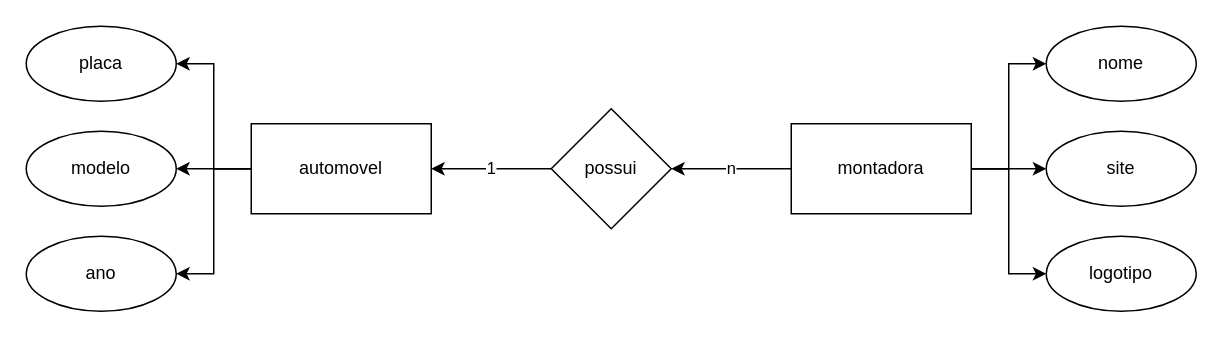
This is banco de dados/locadora.drawio from gabrielschmidtnogueira/diagramas, a draw.io file, before an edit. Source tidied: cells renumbered, new cells numbered last; positions are measured from the earlier drawing's top-left corner, leaving out a move shared by most shapes. Both pictures are drawn from the tidied source at 150%, with x=0, y=0 at pixel (26, 26).
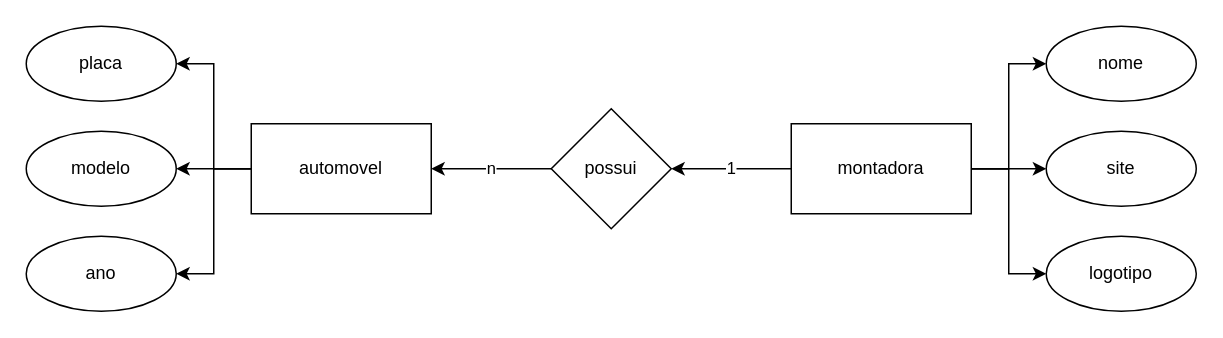
The same diagram, later.

Change to the diagram source:
```diff
@@
 <mxGraphModel>
   <root>
     <mxCell id="0" />
     <mxCell id="1" parent="0" />
     <mxCell id="2" style="edgeStyle=orthogonalEdgeStyle;rounded=0;jettySize=auto;html=1;entryX=1;entryY=0.5;entryDx=0;entryDy=0;" parent="1" edge="1" source="5" target="6">
       <mxGeometry relative="1" as="geometry" />
     </mxCell>
     <mxCell id="3" style="edgeStyle=orthogonalEdgeStyle;rounded=0;jettySize=auto;html=1;entryX=1;entryY=0.5;entryDx=0;entryDy=0;" parent="1" edge="1" source="5" target="7">
       <mxGeometry relative="1" as="geometry" />
     </mxCell>
     <mxCell id="4" style="edgeStyle=orthogonalEdgeStyle;rounded=0;jettySize=auto;html=1;entryX=1;entryY=0.5;entryDx=0;entryDy=0;" parent="1" edge="1" source="5" target="8">
       <mxGeometry relative="1" as="geometry" />
     </mxCell>
     <mxCell id="5" value="automovel" style="rounded=0;whiteSpace=wrap;html=1;" parent="1" vertex="1">
       <mxGeometry x="150" y="65" width="120" height="60" as="geometry" />
     </mxCell>
     <mxCell id="6" value="placa" style="ellipse;whiteSpace=wrap;html=1;" parent="1" vertex="1">
       <mxGeometry width="100" height="50" as="geometry" />
     </mxCell>
     <mxCell id="7" value="modelo" style="ellipse;whiteSpace=wrap;html=1;" parent="1" vertex="1">
       <mxGeometry y="70" width="100" height="50" as="geometry" />
     </mxCell>
     <mxCell id="8" value="ano" style="ellipse;whiteSpace=wrap;html=1;" parent="1" vertex="1">
       <mxGeometry y="140" width="100" height="50" as="geometry" />
     </mxCell>
-    <mxCell id="9" value="1" style="edgeStyle=orthogonalEdgeStyle;rounded=0;jettySize=auto;html=1;" parent="1" edge="1" source="10" target="5">
+    <mxCell id="9" value="n" style="edgeStyle=orthogonalEdgeStyle;rounded=0;jettySize=auto;html=1;entryX=1;entryY=0.5;entryDx=0;entryDy=0;" parent="1" edge="1" source="10" target="5">
       <mxGeometry relative="1" as="geometry" />
     </mxCell>
     <mxCell id="10" value="possui" style="rhombus;whiteSpace=wrap;html=1;" parent="1" vertex="1">
       <mxGeometry x="350" y="55" width="80" height="80" as="geometry" />
     </mxCell>
     <mxCell id="11" style="edgeStyle=orthogonalEdgeStyle;rounded=0;jettySize=auto;html=1;entryX=0;entryY=0.5;entryDx=0;entryDy=0;" parent="1" edge="1" source="15" target="16">
       <mxGeometry relative="1" as="geometry" />
     </mxCell>
     <mxCell id="12" style="edgeStyle=orthogonalEdgeStyle;rounded=0;jettySize=auto;html=1;entryX=0;entryY=0.5;entryDx=0;entryDy=0;" parent="1" edge="1" source="15" target="17">
       <mxGeometry relative="1" as="geometry" />
     </mxCell>
     <mxCell id="13" style="edgeStyle=orthogonalEdgeStyle;rounded=0;jettySize=auto;html=1;entryX=0;entryY=0.5;entryDx=0;entryDy=0;" parent="1" edge="1" source="15" target="18">
       <mxGeometry relative="1" as="geometry" />
     </mxCell>
-    <mxCell id="14" value="n" style="edgeStyle=orthogonalEdgeStyle;rounded=0;jettySize=auto;html=1;entryX=1;entryY=0.5;entryDx=0;entryDy=0;" parent="1" edge="1" source="15" target="10">
+    <mxCell id="14" value="1" style="edgeStyle=orthogonalEdgeStyle;rounded=0;jettySize=auto;html=1;entryX=1;entryY=0.5;entryDx=0;entryDy=0;" parent="1" edge="1" source="15" target="10">
       <mxGeometry relative="1" as="geometry" />
     </mxCell>
     <mxCell id="15" value="montadora" style="rounded=0;whiteSpace=wrap;html=1;" parent="1" vertex="1">
       <mxGeometry x="510" y="65" width="120" height="60" as="geometry" />
     </mxCell>
     <mxCell id="16" value="nome" style="ellipse;whiteSpace=wrap;html=1;" parent="1" vertex="1">
       <mxGeometry x="680" width="100" height="50" as="geometry" />
     </mxCell>
     <mxCell id="17" value="site" style="ellipse;whiteSpace=wrap;html=1;" parent="1" vertex="1">
       <mxGeometry x="680" y="70" width="100" height="50" as="geometry" />
     </mxCell>
     <mxCell id="18" value="logotipo" style="ellipse;whiteSpace=wrap;html=1;" parent="1" vertex="1">
       <mxGeometry x="680" y="140" width="100" height="50" as="geometry" />
     </mxCell>
   </root>
 </mxGraphModel>
```
